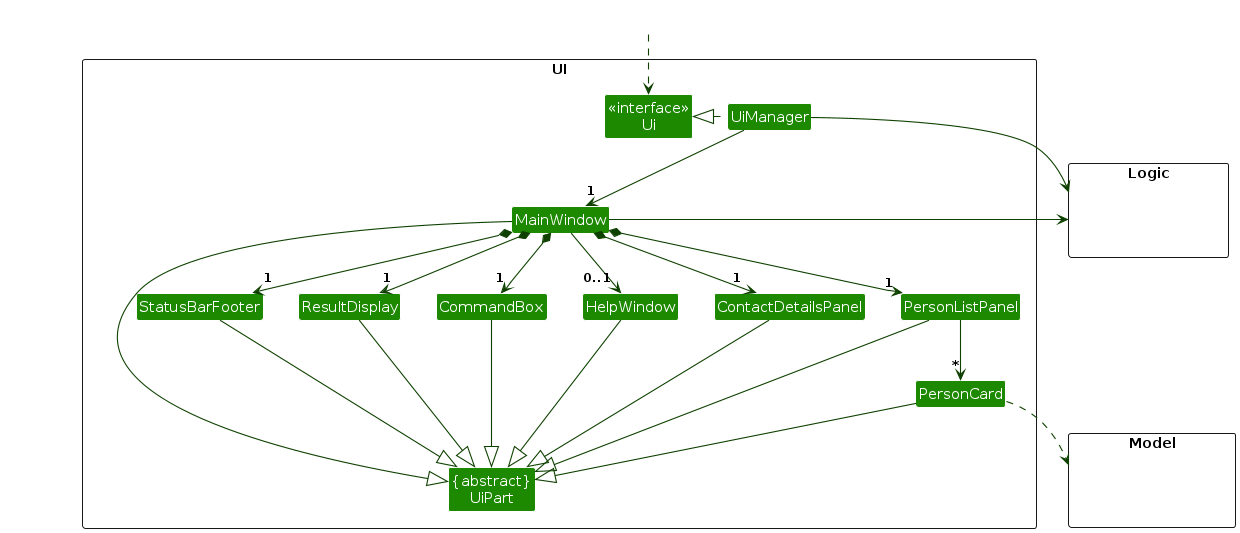
Before: diagrams/UiClassDiagram.png, a diagram exported from PlantUML (AY2526S1-CS2103T-T17-2/tp). Its source is kept beside it as diagrams/UiClassDiagram.puml.
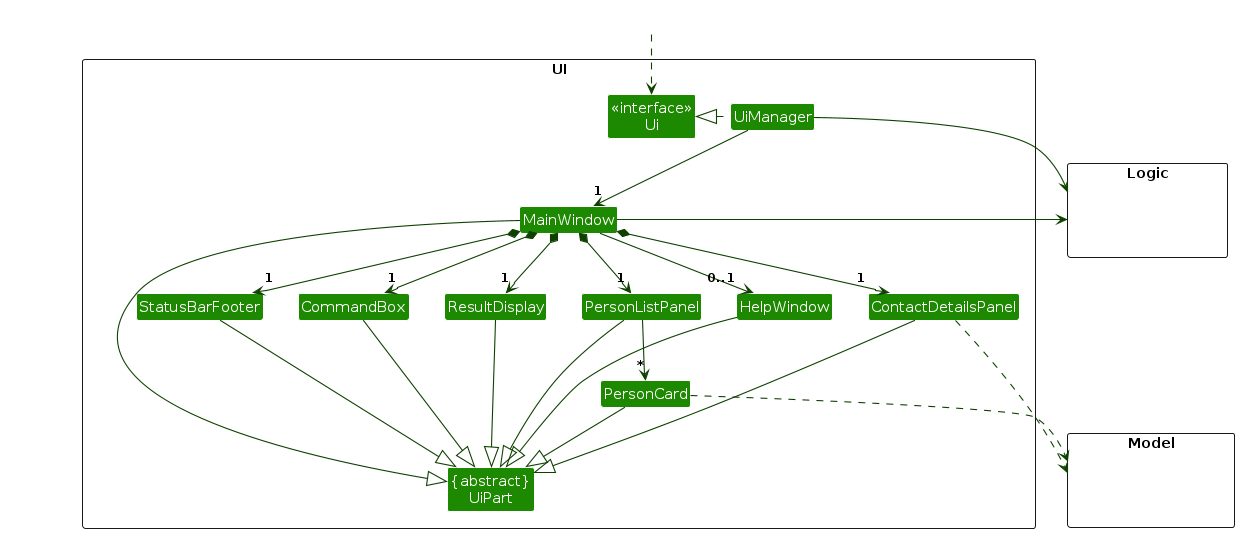
The same diagram one commit later.

Diff of the diagram source:
```diff
@@ -50,13 +50,13 @@
 HelpWindow --|> UiPart
 ContactDetailsPanel --|> UiPart
 
+ContactDetailsPanel ..> Model
 PersonCard ..> Model
 UiManager -right-> Logic
 MainWindow -left-> Logic
 
-ContactDetailsPanel -[hidden]left- HelpWindow
+HelpWindow -[hidden]left- CommandBox
 PersonListPanel -[hidden]left- ContactDetailsPanel
-HelpWindow -[hidden]left- CommandBox
 CommandBox -[hidden]left- ResultDisplay
 ResultDisplay -[hidden]left- StatusBarFooter
 
```
